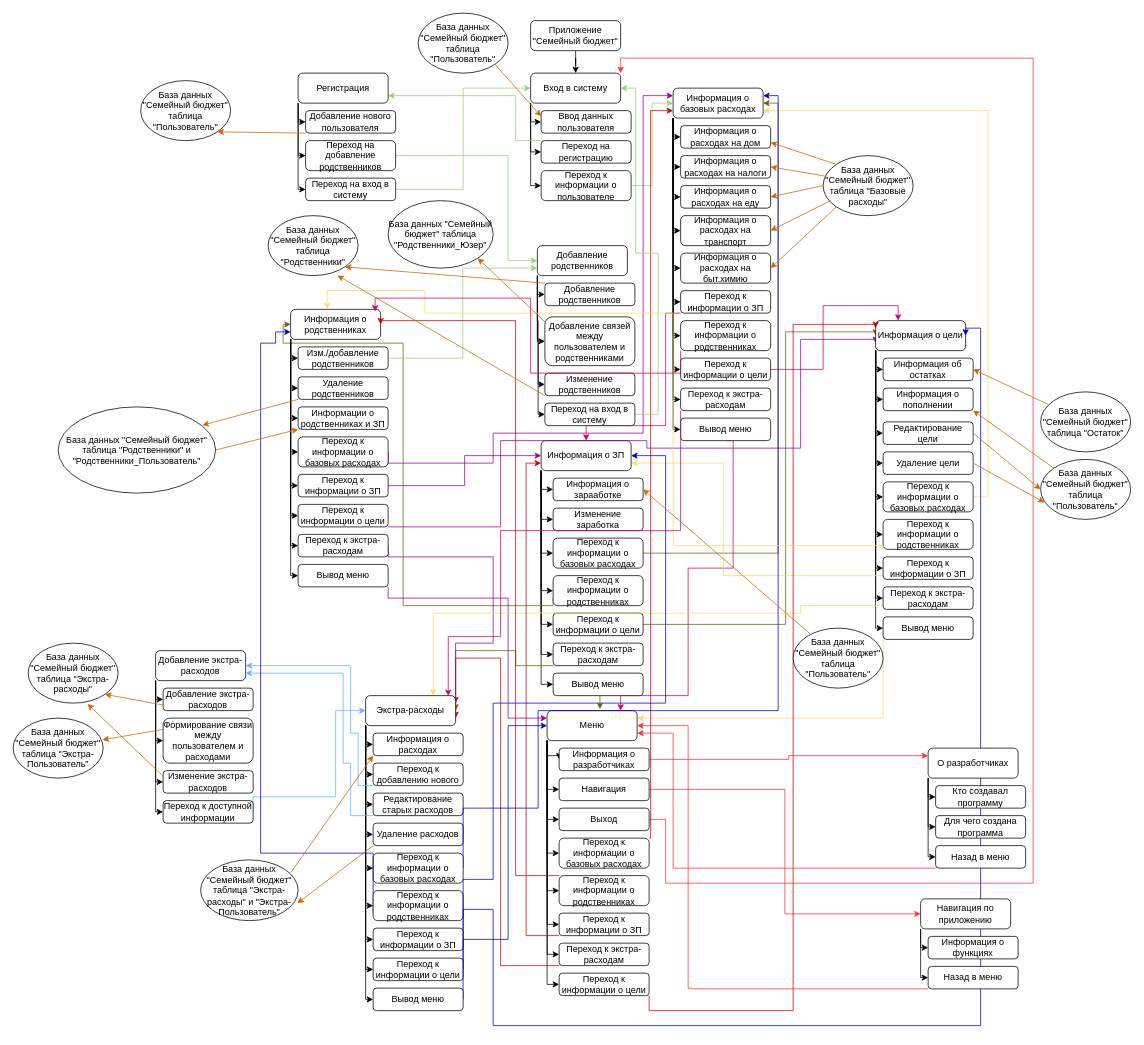
Above: page "Страница — 16" (16 of 18) of new_kurs.drawio in dahichnero/schemas (draw.io), before the change. Source tidied: cells renumbered, new cells numbered last; positions are measured from the earlier drawing's top-left corner, leaving out a move shared by most shapes. Both pictures are drawn from the tidied source at 75%, with x=0, y=0 at pixel (13, 13).
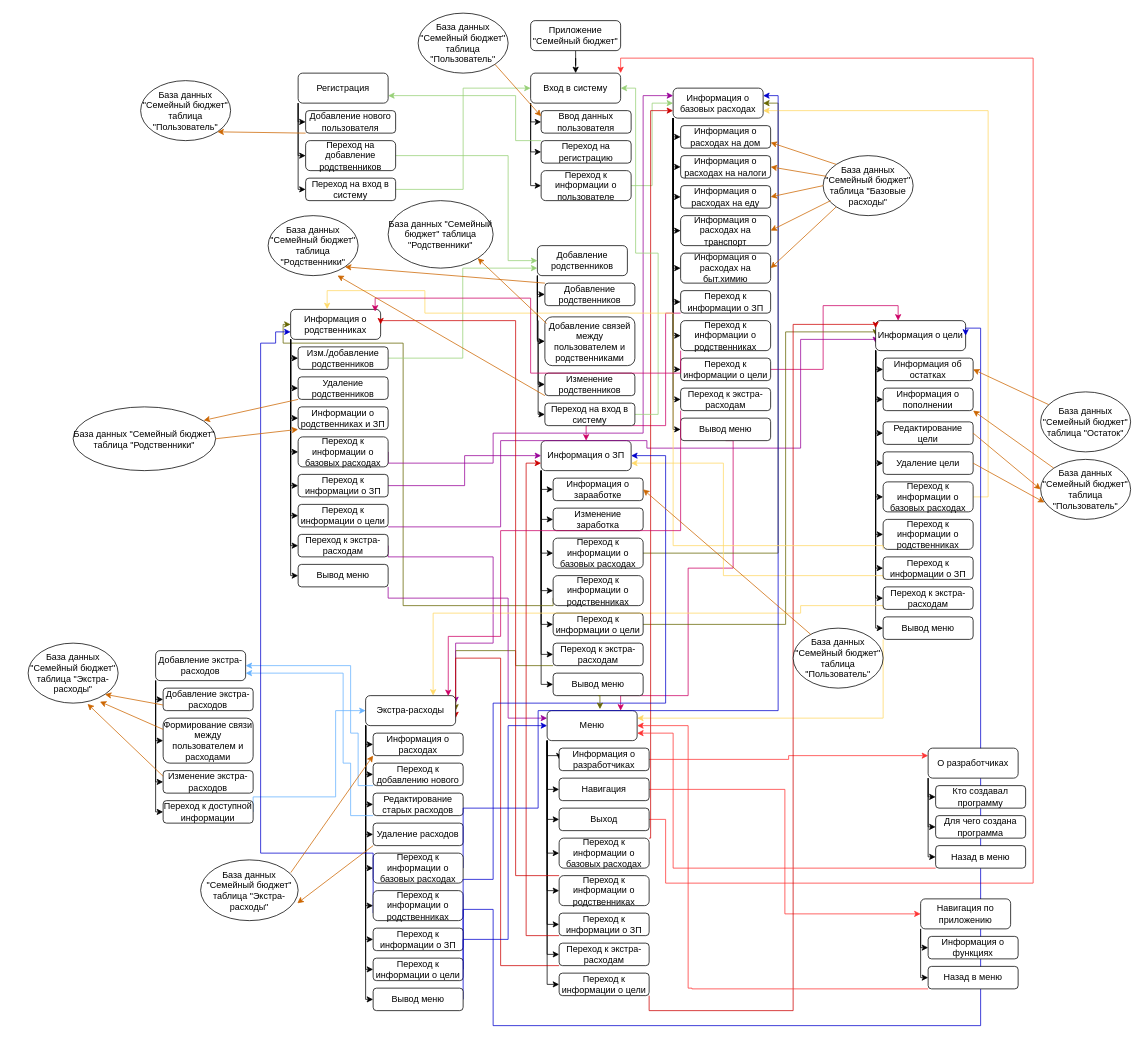
Above is the later version.

Unchanged cells that the change refers to:
```xml
<mxCell id="150" value="Формирование связи между пользователем и расходами" style="rounded=1;whiteSpace=wrap;html=1;" parent="1" vertex="1">
  <mxGeometry x="200" y="940" width="120" height="60" as="geometry" />
</mxCell>
<mxCell id="200" value="База данных &quot;Семейный бюджет&quot; таблица &quot;Экстра-расходы&quot;" style="ellipse;whiteSpace=wrap;html=1;" parent="1" vertex="1">
  <mxGeometry x="20" y="840" width="120" height="80" as="geometry" />
</mxCell>
```

Diff of the diagram source:
```diff
@@
-    <mxCell id="203" value="База данных &quot;Семейный бюджет&quot; таблица &quot;Экстра-Пользователь&quot;" style="ellipse;whiteSpace=wrap;html=1;" parent="1" vertex="1">
-      <mxGeometry y="940" width="120" height="80" as="geometry" />
-    </mxCell>
-    <mxCell id="204" value="База данных &quot;Семейный бюджет&quot; таблица &quot;Экстра-расходы&quot; и &quot;Экстра-Пользователь&quot;" style="ellipse;whiteSpace=wrap;html=1;" parent="1" vertex="1">
+    <mxCell id="204" value="База данных &quot;Семейный бюджет&quot; таблица &quot;Экстра-расходы&quot;" style="ellipse;whiteSpace=wrap;html=1;" parent="1" vertex="1">
       <mxGeometry x="250" y="1129" width="130" height="81" as="geometry" />
     </mxCell>
@@
-    <mxCell id="207" style="endArrow=classic;html=1;rounded=0;entryX=0.993;entryY=0.362;entryDx=0;entryDy=0;entryPerimeter=0;exitX=0;exitY=0.25;exitDx=0;exitDy=0;strokeColor=#CC6600;" parent="1" edge="1" source="150" target="203">
+    <mxCell id="207" style="endArrow=classic;html=1;rounded=0;entryX=0.798;entryY=0.975;entryDx=0;entryDy=0;entryPerimeter=0;exitX=0;exitY=0.25;exitDx=0;exitDy=0;strokeColor=#CC6600;" parent="1" edge="1" source="150" target="200">
       <mxGeometry relative="1" as="geometry" />
     </mxCell>
@@
-    <mxCell id="214" value="База данных &quot;Семейный бюджет&quot; таблица &quot;Родственники&quot; и &quot;Родственники_Пользователь&quot;" style="ellipse;whiteSpace=wrap;html=1;" parent="1" vertex="1">
-      <mxGeometry x="60" y="525" width="210" height="115" as="geometry" />
+    <mxCell id="214" value="База данных &quot;Семейный бюджет&quot; таблица &quot;Родственники&quot;" style="ellipse;whiteSpace=wrap;html=1;" parent="1" vertex="1">
+      <mxGeometry x="80" y="525" width="190" height="85" as="geometry" />
     </mxCell>
@@
-    <mxCell id="220" value="База данных &quot;Семейный бюджет&quot; таблица &quot;Родственники_Юзер&quot;" style="ellipse;whiteSpace=wrap;html=1;" parent="1" vertex="1">
+    <mxCell id="220" value="База данных &quot;Семейный бюджет&quot; таблица &quot;Родственники&quot;" style="ellipse;whiteSpace=wrap;html=1;" parent="1" vertex="1">
       <mxGeometry x="500" y="250" width="140" height="90" as="geometry" />
     </mxCell>
```
